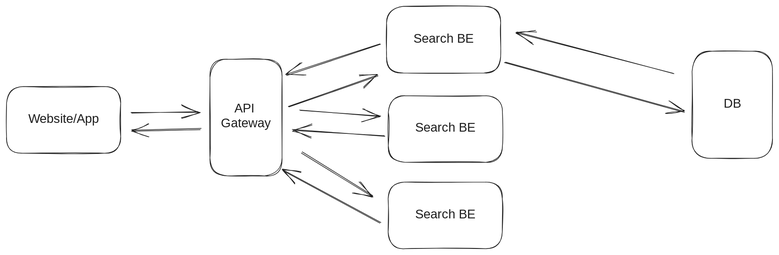
This is .gitbook/assets/file.excalidraw.svg from dongzeli95/swe-interview, a Excalidraw export, as it was before one commit. Source tidied: one line per element, renumbered; positions are measured from the earlier drawing's top-left corner, leaving out a move shared by most shapes.
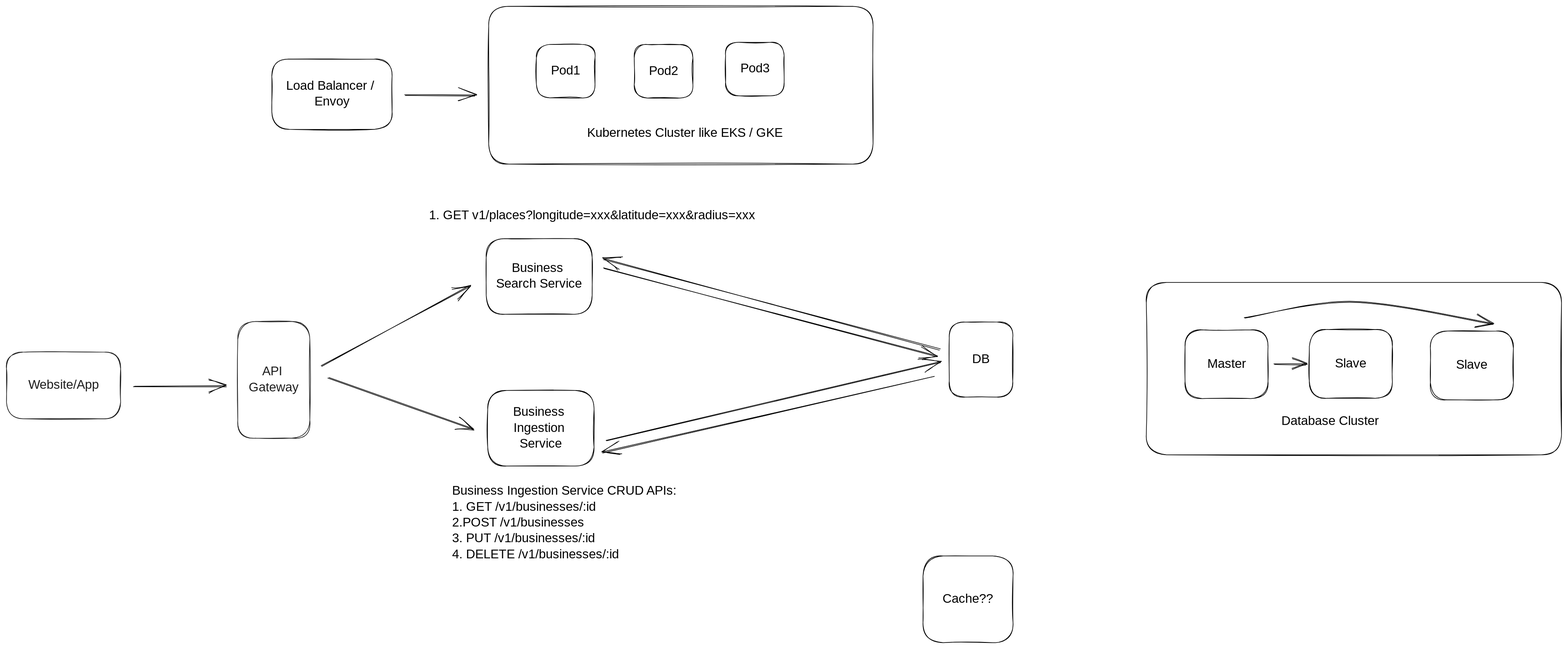
Above is the later version.

Diff of the diagram source:
```diff
@@ -1,22 +1,42 @@
-{"id": 0, "type": "rectangle", "strokeColor": "#1e1e1e", "strokeWidth": 1, "roughness": 1, "round": true, "x": 0, "y": 127, "width": 180, "height": 105}
+{"id": 22, "type": "rectangle", "strokeColor": "#1e1e1e", "strokeWidth": 1, "roughness": 1, "round": true, "x": -254, "y": 725, "width": 180, "height": 105}
-{"id": 1, "type": "text", "text": "Website/App", "strokeColor": "#1e1e1e", "strokeWidth": 1, "roughness": 1, "fontSize": 20, "fontFamily": 1, "textAlign": "center", "verticalAlign": "middle", "inside": 0, "x": 31, "y": 167, "width": 118, "height": 23}
+{"id": 1, "type": "text", "text": "Website/App", "strokeColor": "#1e1e1e", "strokeWidth": 1, "roughness": 1, "fontSize": 20, "fontFamily": 1, "textAlign": "center", "verticalAlign": "middle", "inside": 22, "x": -223, "y": 765, "width": 118, "height": 25}
-{"id": 2, "type": "rectangle", "strokeColor": "#1e1e1e", "strokeWidth": 1, "roughness": 1, "round": true, "x": 601, "y": 0, "width": 180, "height": 105}
-{"id": 3, "type": "text", "text": "Search BE", "strokeColor": "#1e1e1e", "strokeWidth": 1, "roughness": 1, "fontSize": 20, "fontFamily": 1, "textAlign": "center", "verticalAlign": "middle", "inside": 2, "x": 638, "y": 40, "width": 105, "height": 23}
-{"id": 4, "type": "rectangle", "strokeColor": "#1e1e1e", "strokeWidth": 1, "roughness": 1, "round": true, "x": 1083, "y": 71, "width": 127, "height": 169}
+{"id": 23, "type": "rectangle", "strokeColor": "#1e1e1e", "strokeWidth": 1, "roughness": 1, "round": true, "x": 112, "y": 677, "width": 114, "height": 184}
+{"id": 11, "type": "text", "text": "API \nGateway", "strokeColor": "#1e1e1e", "strokeWidth": 1, "roughness": 1, "fontSize": 20, "fontFamily": 1, "textAlign": "center", "verticalAlign": "middle", "inside": 23, "x": 124, "y": 744, "width": 88, "height": 50}
+{"id": 24, "type": "rectangle", "strokeColor": "#000000", "strokeWidth": 1, "roughness": 1, "round": true, "x": 504, "y": 546, "width": 167, "height": 119}
+{"id": 25, "type": "text", "text": "Business \nSearch Service", "strokeColor": "#000000", "strokeWidth": 1, "roughness": 1, "fontSize": 20, "fontFamily": 1, "textAlign": "center", "verticalAlign": "middle", "inside": 24, "x": 516, "y": 580, "width": 144, "height": 50}
+{"id": 26, "type": "rectangle", "strokeColor": "#000000", "strokeWidth": 1, "roughness": 1, "round": true, "x": 506, "y": 786, "width": 168, "height": 119}
+{"id": 27, "type": "text", "text": "Business \nIngestion \nService", "strokeColor": "#000000", "strokeWidth": 1, "roughness": 1, "fontSize": 20, "fontFamily": 1, "textAlign": "center", "verticalAlign": "middle", "inside": 26, "x": 541, "y": 808, "width": 99, "height": 75}
+{"id": 28, "type": "rectangle", "strokeColor": "#000000", "strokeWidth": 1, "roughness": 1, "round": true, "x": 508, "y": 179, "width": 607, "height": 249}
+{"id": 29, "type": "rectangle", "strokeColor": "#000000", "strokeWidth": 1, "roughness": 1, "round": true, "x": 583, "y": 239, "width": 93, "height": 84}
+{"id": 30, "type": "text", "text": "Pod1", "strokeColor": "#000000", "strokeWidth": 1, "roughness": 1, "fontSize": 20, "fontFamily": 1, "textAlign": "center", "verticalAlign": "middle", "inside": 29, "x": 608, "y": 269, "width": 43, "height": 25}
+{"id": 31, "type": "rectangle", "strokeColor": "#000000", "strokeWidth": 1, "roughness": 1, "round": true, "x": 738, "y": 239, "width": 93, "height": 84}
+{"id": 32, "type": "text", "text": "Pod2", "strokeColor": "#000000", "strokeWidth": 1, "roughness": 1, "fontSize": 20, "fontFamily": 1, "textAlign": "center", "verticalAlign": "middle", "inside": 31, "x": 758, "y": 269, "width": 52, "height": 25}
+{"id": 33, "type": "rectangle", "strokeColor": "#000000", "strokeWidth": 1, "roughness": 1, "round": true, "x": 882, "y": 236, "width": 93, "height": 84}
+{"id": 34, "type": "text", "text": "Pod3", "strokeColor": "#000000", "strokeWidth": 1, "roughness": 1, "fontSize": 20, "fontFamily": 1, "textAlign": "center", "verticalAlign": "middle", "inside": 33, "x": 903, "y": 266, "width": 51, "height": 25}
+{"id": 35, "type": "text", "text": "Kubernetes Cluster like EKS / GKE", "strokeColor": "#000000", "strokeWidth": 1, "roughness": 1, "fontSize": 20, "fontFamily": 1, "x": 663, "y": 367, "width": 350, "height": 25}
+{"id": 36, "type": "rectangle", "strokeColor": "#000000", "strokeWidth": 1, "roughness": 1, "round": true, "x": 1236, "y": 678, "width": 100, "height": 118}
-{"id": 5, "type": "text", "text": "DB", "strokeColor": "#1e1e1e", "strokeWidth": 1, "roughness": 1, "fontSize": 20, "fontFamily": 1, "textAlign": "center", "verticalAlign": "middle", "inside": 4, "x": 1131, "y": 143, "width": 32, "height": 23}
+{"id": 5, "type": "text", "text": "DB", "strokeColor": "#000000", "strokeWidth": 1, "roughness": 1, "fontSize": 20, "fontFamily": 1, "textAlign": "center", "verticalAlign": "middle", "inside": 36, "x": 1270, "y": 724, "width": 32, "height": 25}
-{"id": 6, "type": "arrow", "strokeColor": "#1e1e1e", "strokeWidth": 1, "roughness": 1, "endArrowhead": "arrow", "round": true, "from": 2, "to": 4, "x": 788, "y": 88, "width": 283, "height": 78, "points": [[0, 0], [283, 78]]}
-{"id": 7, "type": "arrow", "strokeColor": "#1e1e1e", "strokeWidth": 1, "roughness": 1, "endArrowhead": "arrow", "round": true, "from": 10, "to": 2, "x": 445, "y": 158, "width": 140, "height": 49, "points": [[0, 0], [140, -49]]}
-{"id": 8, "type": "arrow", "strokeColor": "#1e1e1e", "strokeWidth": 1, "roughness": 1, "endArrowhead": "arrow", "round": true, "from": 4, "to": 2, "x": 1054, "y": 105, "width": 248, "height": 65, "points": [[0, 0], [-248, -65]]}
-{"id": 9, "type": "arrow", "strokeColor": "#1e1e1e", "strokeWidth": 1, "roughness": 1, "endArrowhead": "arrow", "round": true, "from": 2, "to": 10, "x": 590, "y": 59, "width": 147, "height": 50, "points": [[0, 0], [-147, 50]]}
-{"id": 10, "type": "rectangle", "strokeColor": "#1e1e1e", "strokeWidth": 1, "roughness": 1, "round": true, "x": 321, "y": 84, "width": 114, "height": 184}
-{"id": 11, "type": "text", "text": "API \nGateway", "strokeColor": "#1e1e1e", "strokeWidth": 1, "roughness": 1, "fontSize": 20, "fontFamily": 1, "textAlign": "center", "verticalAlign": "middle", "inside": 10, "x": 334, "y": 151, "width": 88, "height": 46}
-{"id": 12, "type": "arrow", "strokeColor": "#1e1e1e", "strokeWidth": 1, "roughness": 1, "endArrowhead": "arrow", "round": true, "from": 0, "to": 10, "x": 197, "y": 169, "width": 106, "height": 2, "points": [[0, 0], [106, -2]]}
-{"id": 13, "type": "arrow", "strokeColor": "#1e1e1e", "strokeWidth": 1, "roughness": 1, "endArrowhead": "arrow", "round": true, "from": 10, "to": 0, "x": 308, "y": 194, "width": 108, "height": 2, "points": [[0, 0], [-108, 2]]}
-{"id": 14, "type": "rectangle", "strokeColor": "#1e1e1e", "strokeWidth": 1, "roughness": 1, "round": true, "x": 603, "y": 141, "width": 180, "height": 105}
-{"id": 15, "type": "text", "text": "Search BE", "strokeColor": "#1e1e1e", "strokeWidth": 1, "roughness": 1, "fontSize": 20, "fontFamily": 1, "textAlign": "center", "verticalAlign": "middle", "inside": 14, "x": 641, "y": 181, "width": 105, "height": 23}
-{"id": 16, "type": "rectangle", "strokeColor": "#1e1e1e", "strokeWidth": 1, "roughness": 1, "round": true, "x": 603, "y": 278, "width": 180, "height": 105}
-{"id": 17, "type": "text", "text": "Search BE", "strokeColor": "#1e1e1e", "strokeWidth": 1, "roughness": 1, "fontSize": 20, "fontFamily": 1, "textAlign": "center", "verticalAlign": "middle", "inside": 16, "x": 641, "y": 318, "width": 105, "height": 23}
-{"id": 18, "type": "arrow", "strokeColor": "#1e1e1e", "strokeWidth": 1, "roughness": 1, "endArrowhead": "arrow", "round": true, "from": 10, "to": 14, "x": 464, "y": 164, "width": 127, "height": 11, "points": [[0, 0], [127, 11]]}
-{"id": 19, "type": "arrow", "strokeColor": "#1e1e1e", "strokeWidth": 1, "roughness": 1, "endArrowhead": "arrow", "round": true, "from": 14, "to": 10, "x": 597, "y": 205, "width": 144, "height": 11, "points": [[0, 0], [-144, -11]]}
-{"id": 20, "type": "arrow", "strokeColor": "#1e1e1e", "strokeWidth": 1, "roughness": 1, "endArrowhead": "arrow", "round": true, "to": 16, "x": 467, "y": 231, "width": 111, "height": 69, "points": [[0, 0], [111, 69]]}
-{"id": 21, "type": "arrow", "strokeColor": "#1e1e1e", "strokeWidth": 1, "roughness": 1, "endArrowhead": "arrow", "round": true, "from": 16, "to": 10, "x": 591, "y": 342, "width": 154, "height": 83, "points": [[0, 0], [-154, -83]]}
+{"id": 37, "type": "arrow", "strokeColor": "#000000", "strokeWidth": 1, "roughness": 1, "endArrowhead": "arrow", "round": true, "from": 22, "to": 23, "x": -53, "y": 779, "width": 145, "height": 1, "points": [[0, 0], [145, 1]]}
+{"id": 38, "type": "arrow", "strokeColor": "#000000", "strokeWidth": 1, "roughness": 1, "endArrowhead": "arrow", "round": true, "from": 23, "to": 24, "x": 243, "y": 748, "width": 235, "height": 127, "points": [[0, 0], [235, -127]]}
+{"id": 39, "type": "arrow", "strokeColor": "#000000", "strokeWidth": 1, "roughness": 1, "endArrowhead": "arrow", "round": true, "to": 26, "x": 254, "y": 766, "width": 230, "height": 81, "points": [[0, 0], [230, 81]]}
+{"id": 40, "type": "arrow", "strokeColor": "#000000", "strokeWidth": 1, "roughness": 1, "endArrowhead": "arrow", "round": true, "from": 24, "to": 36, "x": 690, "y": 593, "width": 527, "height": 138, "points": [[0, 0], [527, 138]]}
+{"id": 41, "type": "arrow", "strokeColor": "#000000", "strokeWidth": 1, "roughness": 1, "endArrowhead": "arrow", "round": true, "from": 26, "to": 36, "x": 693, "y": 864, "width": 528, "height": 123, "points": [[0, 0], [528, -123]]}
+{"id": 42, "type": "rectangle", "strokeColor": "#000000", "strokeWidth": 1, "roughness": 1, "round": true, "x": 1194, "y": 1047, "width": 142, "height": 137}
+{"id": 43, "type": "text", "text": "Cache??", "strokeColor": "#000000", "strokeWidth": 1, "roughness": 1, "fontSize": 20, "fontFamily": 1, "textAlign": "center", "verticalAlign": "middle", "inside": 42, "x": 1226, "y": 1103, "width": 78, "height": 25}
+{"id": 44, "type": "arrow", "strokeColor": "#000000", "strokeWidth": 1, "roughness": 1, "endArrowhead": "arrow", "round": true, "from": 36, "to": 24, "x": 1222, "y": 721, "width": 533, "height": 142, "points": [[0, 0], [-533, -142]]}
+{"id": 45, "type": "text", "text": "Business Ingestion Service CRUD APIs:\n1. GET /v1/businesses/:id\n2.POST /v1/businesses\n3. PUT /v1/businesses/:id\n4. DELETE /v1/businesses/:id", "strokeColor": "#000000", "strokeWidth": 1, "roughness": 1, "fontSize": 20, "fontFamily": 1, "x": 450, "y": 932, "width": 389, "height": 125}
+{"id": 46, "type": "rectangle", "strokeColor": "#000000", "strokeWidth": 1, "roughness": 1, "round": true, "x": 165, "y": 262, "width": 190, "height": 111}
+{"id": 47, "type": "text", "text": "Load Balancer / \nEnvoy", "strokeColor": "#000000", "strokeWidth": 1, "roughness": 1, "fontSize": 20, "fontFamily": 1, "textAlign": "center", "verticalAlign": "middle", "inside": 46, "x": 173, "y": 293, "width": 174, "height": 50}
+{"id": 48, "type": "arrow", "strokeColor": "#000000", "strokeWidth": 1, "roughness": 1, "endArrowhead": "arrow", "round": true, "from": 46, "to": 28, "x": 376, "y": 320, "width": 111, "height": 0, "points": [[0, 0], [111, 0]]}
+{"id": 49, "type": "text", "text": "1. GET v1/places?longitude=xxx&latitude=xxx&radius=xxx", "strokeColor": "#000000", "strokeWidth": 1, "roughness": 1, "fontSize": 20, "fontFamily": 1, "x": 413, "y": 497, "width": 565, "height": 25}
+{"id": 50, "type": "arrow", "strokeColor": "#000000", "strokeWidth": 1, "roughness": 1, "endArrowhead": "arrow", "round": true, "from": 36, "to": 26, "x": 1211, "y": 763, "width": 523, "height": 121, "points": [[0, 0], [-523, 121]]}
+{"id": 51, "type": "rectangle", "strokeColor": "#000000", "strokeWidth": 1, "roughness": 1, "round": true, "x": 1547, "y": 615, "width": 656, "height": 272}
+{"id": 52, "type": "rectangle", "strokeColor": "#000000", "strokeWidth": 1, "roughness": 1, "round": true, "x": 1608, "y": 690, "width": 131, "height": 109}
+{"id": 53, "type": "text", "text": "Master", "strokeColor": "#000000", "strokeWidth": 1, "roughness": 1, "fontSize": 20, "fontFamily": 1, "textAlign": "center", "verticalAlign": "middle", "inside": 52, "x": 1638, "y": 732, "width": 72, "height": 25}
+{"id": 54, "type": "rectangle", "strokeColor": "#000000", "strokeWidth": 1, "roughness": 1, "round": true, "x": 1805, "y": 689, "width": 131, "height": 109}
+{"id": 55, "type": "text", "text": "Slave", "strokeColor": "#000000", "strokeWidth": 1, "roughness": 1, "fontSize": 20, "fontFamily": 1, "textAlign": "center", "verticalAlign": "middle", "inside": 54, "x": 1843, "y": 731, "width": 54, "height": 25}
+{"id": 56, "type": "rectangle", "strokeColor": "#000000", "strokeWidth": 1, "roughness": 1, "round": true, "x": 1996, "y": 692, "width": 131, "height": 109}
+{"id": 57, "type": "text", "text": "Slave", "strokeColor": "#000000", "strokeWidth": 1, "roughness": 1, "fontSize": 20, "fontFamily": 1, "textAlign": "center", "verticalAlign": "middle", "inside": 56, "x": 2035, "y": 734, "width": 54, "height": 25}
+{"id": 58, "type": "text", "text": "Database Cluster", "strokeColor": "#000000", "strokeWidth": 1, "roughness": 1, "fontSize": 20, "fontFamily": 1, "x": 1761, "y": 822, "width": 182, "height": 25}
+{"id": 59, "type": "arrow", "strokeColor": "#000000", "strokeWidth": 1, "roughness": 1, "endArrowhead": "arrow", "round": true, "from": 52, "to": 54, "x": 1749, "y": 745, "width": 50, "height": 0, "points": [[0, 0], [50, 0]]}
+{"id": 60, "type": "arrow", "strokeColor": "#000000", "strokeWidth": 1, "roughness": 1, "endArrowhead": "arrow", "round": true, "from": 52, "to": 56, "x": 1703, "y": 671, "width": 394, "height": 35, "points": [[0, 0], [172, -26], [394, 9]]}
```
